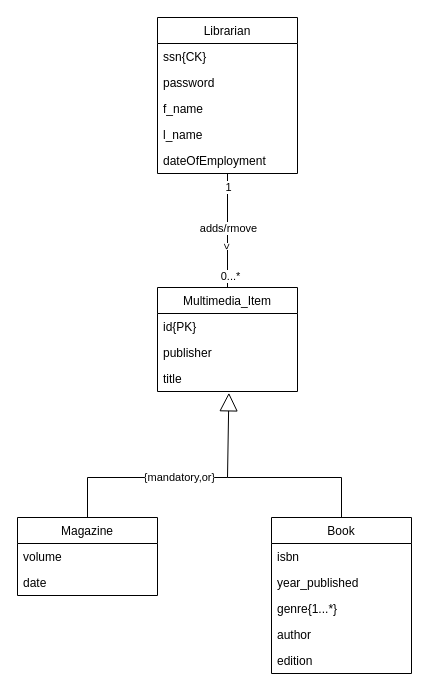
The draw.io diagram Database/remove_MulltimediaItems.drawio in RafaelSanchezCordoba/Semester-Project-Library, before the edit. Source tidied: cells renumbered, new cells numbered last; positions are measured from the earlier drawing's top-left corner, leaving out a move shared by most shapes. Both pictures are drawn from the tidied source at 100%, with x=0, y=0 at pixel (17, 17).
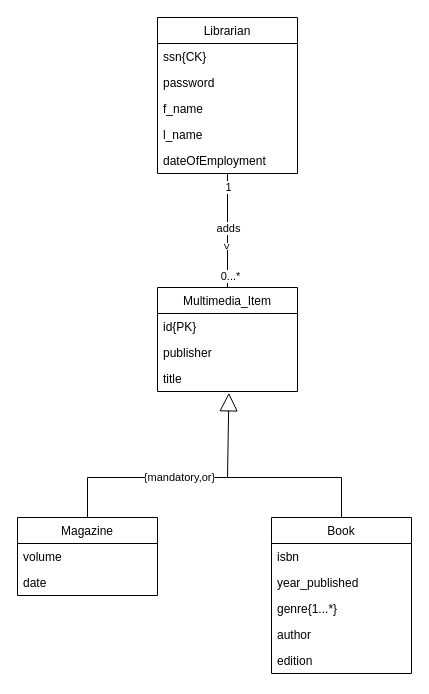
After the change.

Commit message (it also covers changes not shown here):
Librarian ads  items update

The change refers to these unchanged cells:
```xml
<mxCell id="21" style="endArrow=none;html=1;rounded=0;entryX=0.5;entryY=1;entryDx=0;entryDy=0;exitX=0.5;exitY=0;exitDx=0;exitDy=0;" parent="1" edge="1" source="8" target="2">
  <mxGeometry relative="1" as="geometry" />
</mxCell>
```

The edit, as a diff of the source:
```diff
@@
-    <mxCell id="22" value="adds/rmove" style="edgeLabel;html=1;align=center;verticalAlign=middle;" parent="21" vertex="1">
+    <mxCell id="22" value="adds" style="edgeLabel;html=1;align=center;verticalAlign=middle;" parent="21" vertex="1">
       <mxGeometry x="-0.23" y="3" relative="1" as="geometry">
         <mxPoint x="3" y="-16" as="offset" />
       </mxGeometry>
     </mxCell>
```
